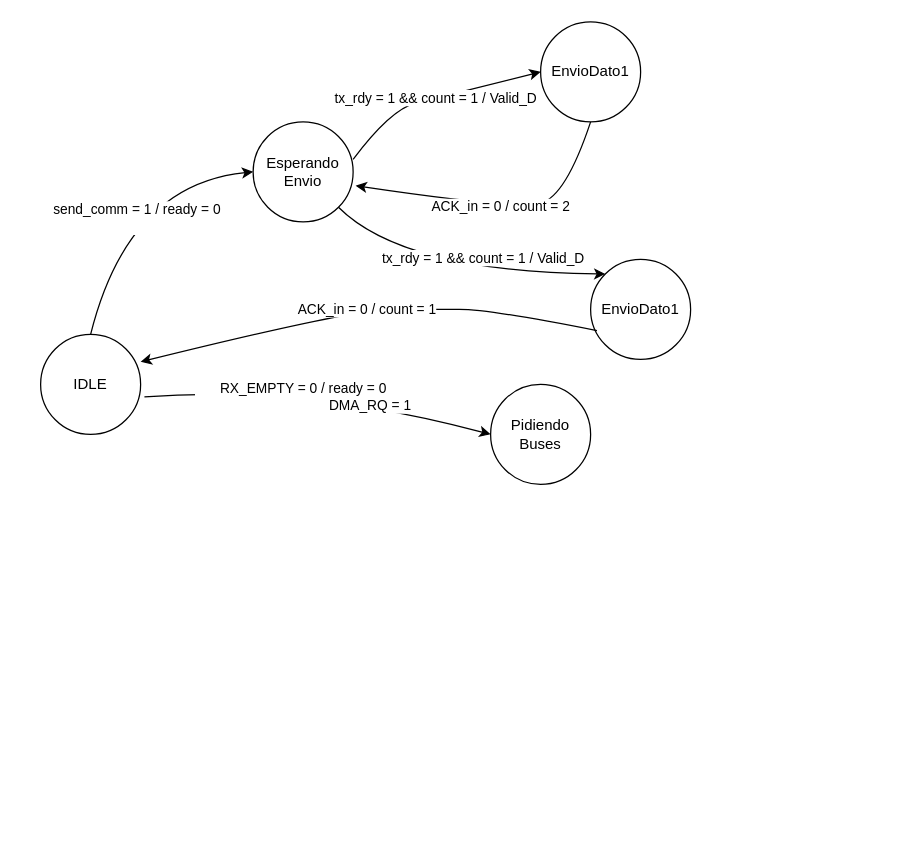
This is Untitled Diagram.drawio from joseserran/LCSE1819, a draw.io file, before an edit. Source tidied: cells renumbered, new cells numbered last; positions are measured from the earlier drawing's top-left corner, leaving out a move shared by most shapes. Both pictures are drawn from the tidied source at 125%, with x=0, y=0 at pixel (40, 21).
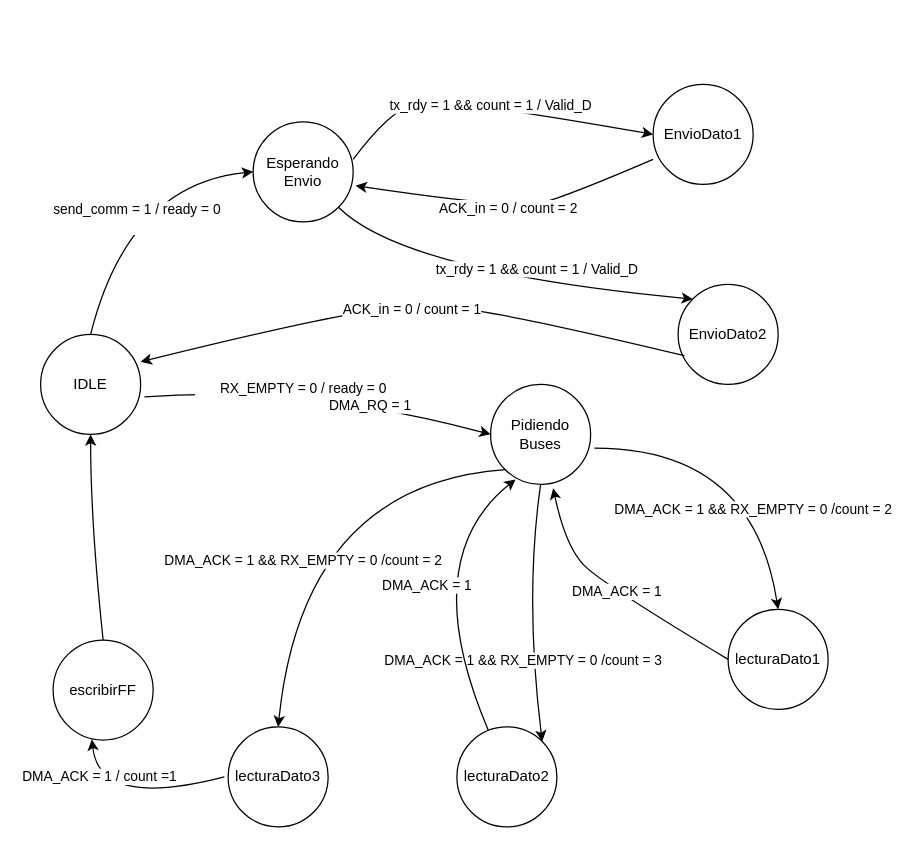
Above is the later version.

Unchanged cells that the change refers to:
```xml
<mxCell id="2" value="IDLE" style="ellipse;whiteSpace=wrap;html=1;" parent="1" vertex="1">
  <mxGeometry y="250" width="80" height="80" as="geometry" />
</mxCell>
<mxCell id="3" value="Esperando Envio" style="ellipse;whiteSpace=wrap;html=1;" parent="1" vertex="1">
  <mxGeometry x="170" y="80" width="80" height="80" as="geometry" />
</mxCell>
<mxCell id="6" value="Pidiendo Buses" style="ellipse;whiteSpace=wrap;html=1;" parent="1" vertex="1">
  <mxGeometry x="360" y="290" width="80" height="80" as="geometry" />
</mxCell>
```

The edit, as a diff of the source:
```diff
@@
     <mxCell id="4" value="EnvioDato1" style="ellipse;whiteSpace=wrap;html=1;" parent="1" vertex="1">
-      <mxGeometry x="400" width="80" height="80" as="geometry" />
+      <mxGeometry x="490" y="50" width="80" height="80" as="geometry" />
     </mxCell>
@@
-    <mxCell id="9" value="ACK_in = 0 / count = 2" style="curved=1;endArrow=classic;html=1;entryX=1.025;entryY=0.638;entryDx=0;entryDy=0;entryPerimeter=0;exitX=0.5;exitY=1;exitDx=0;exitDy=0;" parent="1" edge="1" source="4" target="3">
+    <mxCell id="9" value="ACK_in = 0 / count = 2" style="curved=1;endArrow=classic;html=1;entryX=1.025;entryY=0.638;entryDx=0;entryDy=0;entryPerimeter=0;exitX=0;exitY=0.75;exitDx=0;exitDy=0;exitPerimeter=0;" parent="1" edge="1" source="4" target="3">
       <mxGeometry relative="1" as="geometry">
         <Array as="points">
           <mxPoint x="420" y="140" />
           <mxPoint x="380" y="150" />
         </Array>
       </mxGeometry>
     </mxCell>
-    <mxCell id="10" value="EnvioDato1" style="ellipse;whiteSpace=wrap;html=1;" parent="1" vertex="1">
-      <mxGeometry x="440" y="190" width="80" height="80" as="geometry" />
+    <mxCell id="10" value="EnvioDato2" style="ellipse;whiteSpace=wrap;html=1;" parent="1" vertex="1">
+      <mxGeometry x="510" y="210" width="80" height="80" as="geometry" />
     </mxCell>
@@
+    <mxCell id="13" value="lecturaDato1" style="ellipse;whiteSpace=wrap;html=1;" parent="1" vertex="1">
+      <mxGeometry x="550" y="470" width="80" height="80" as="geometry" />
+    </mxCell>
+    <mxCell id="14" value="DMA_ACK = 1 &amp;amp;&amp;amp; RX_EMPTY = 0 /count = 2" style="curved=1;endArrow=classic;html=1;exitX=1.038;exitY=0.638;exitDx=0;exitDy=0;exitPerimeter=0;entryX=0.5;entryY=0;entryDx=0;entryDy=0;" parent="1" edge="1" source="6" target="13">
+      <mxGeometry x="0.36" y="-8" relative="1" as="geometry">
+        <Array as="points">
+          <mxPoint x="570" y="341" />
+        </Array>
+        <mxPoint x="1" as="offset" />
+      </mxGeometry>
+    </mxCell>
+    <mxCell id="15" value="DMA_ACK = 1" style="curved=1;endArrow=classic;html=1;entryX=0.625;entryY=1.038;entryDx=0;entryDy=0;exitX=0;exitY=0.5;exitDx=0;exitDy=0;entryPerimeter=0;" parent="1" edge="1" source="13" target="6">
+      <mxGeometry relative="1" as="geometry">
+        <Array as="points">
+          <mxPoint x="450" y="450" />
+          <mxPoint x="420" y="420" />
+        </Array>
+      </mxGeometry>
+    </mxCell>
+    <mxCell id="16" value="lecturaDato2" style="ellipse;whiteSpace=wrap;html=1;" parent="1" vertex="1">
+      <mxGeometry x="333" y="564" width="80" height="80" as="geometry" />
+    </mxCell>
+    <mxCell id="17" value="DMA_ACK = 1 &amp;amp;&amp;amp; RX_EMPTY = 0 /count = 3" style="curved=1;endArrow=classic;html=1;exitX=0.5;exitY=1;exitDx=0;exitDy=0;entryX=1;entryY=0;entryDx=0;entryDy=0;" parent="1" edge="1" source="6" target="16">
+      <mxGeometry x="0.36" y="-8" relative="1" as="geometry">
+        <Array as="points">
+          <mxPoint x="387" y="460" />
+        </Array>
+        <mxPoint x="1" as="offset" />
+      </mxGeometry>
+    </mxCell>
+    <mxCell id="18" value="DMA_ACK = 1" style="curved=1;endArrow=classic;html=1;entryX=0.25;entryY=0.95;entryDx=0;entryDy=0;exitX=0.313;exitY=0.031;exitDx=0;exitDy=0;entryPerimeter=0;exitPerimeter=0;" parent="1" edge="1" source="16" target="6">
+      <mxGeometry relative="1" as="geometry">
+        <Array as="points">
+          <mxPoint x="300" y="430" />
+        </Array>
+      </mxGeometry>
+    </mxCell>
+    <mxCell id="19" value="lecturaDato3" style="ellipse;whiteSpace=wrap;html=1;" parent="1" vertex="1">
+      <mxGeometry x="150" y="564" width="80" height="80" as="geometry" />
+    </mxCell>
+    <mxCell id="20" value="DMA_ACK = 1 &amp;amp;&amp;amp; RX_EMPTY = 0 /count = 2" style="curved=1;endArrow=classic;html=1;entryX=0.5;entryY=0;entryDx=0;entryDy=0;exitX=0;exitY=1;exitDx=0;exitDy=0;" parent="1" edge="1" source="6" target="19">
+      <mxGeometry x="-0.09" y="60" relative="1" as="geometry">
+        <Array as="points">
+          <mxPoint x="210" y="370" />
+        </Array>
+        <mxPoint x="-60" y="54" as="offset" />
+      </mxGeometry>
+    </mxCell>
+    <mxCell id="21" value="DMA_ACK = 1 / count =1" style="curved=1;endArrow=classic;html=1;exitX=0;exitY=0.5;exitDx=0;exitDy=0;entryX=0.425;entryY=0.994;entryDx=0;entryDy=0;entryPerimeter=0;" parent="1" edge="1">
+      <mxGeometry x="0.21" y="-25" relative="1" as="geometry">
+        <mxPoint x="147" y="604" as="sourcePoint" />
+        <mxPoint x="41" y="574" as="targetPoint" />
+        <Array as="points">
+          <mxPoint x="47" y="630" />
+        </Array>
+      </mxGeometry>
+    </mxCell>
+    <mxCell id="22" value="escribirFF" style="ellipse;whiteSpace=wrap;html=1;" parent="1" vertex="1">
+      <mxGeometry x="10" y="494.5" width="80" height="80" as="geometry" />
+    </mxCell>
+    <mxCell id="23" style="curved=1;endArrow=classic;html=1;entryX=0.5;entryY=1;entryDx=0;entryDy=0;exitX=0.5;exitY=0;exitDx=0;exitDy=0;" parent="1" edge="1" source="22" target="2">
+      <mxGeometry relative="1" as="geometry">
+        <Array as="points">
+          <mxPoint x="40" y="400" />
+        </Array>
+      </mxGeometry>
+    </mxCell>
```
